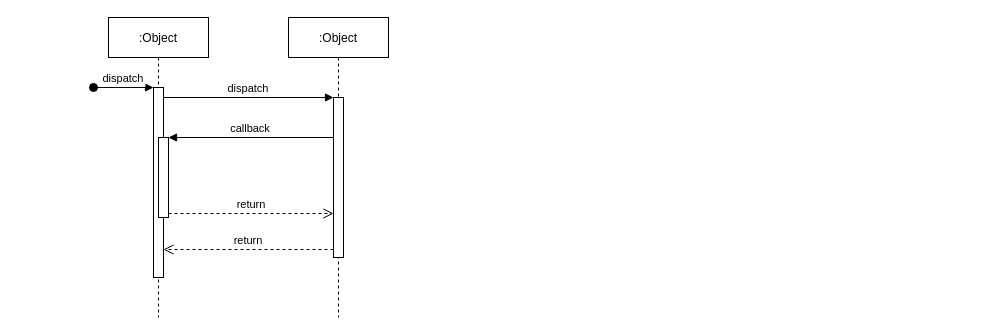
Above: Seq.drawio in Zxilly/static (draw.io), before the change. Source tidied: cells renumbered, new cells numbered last; positions are measured from the earlier drawing's top-left corner, leaving out a move shared by most shapes. Both pictures are drawn from the tidied source at 100%, with x=0, y=0 at pixel (93, 17).
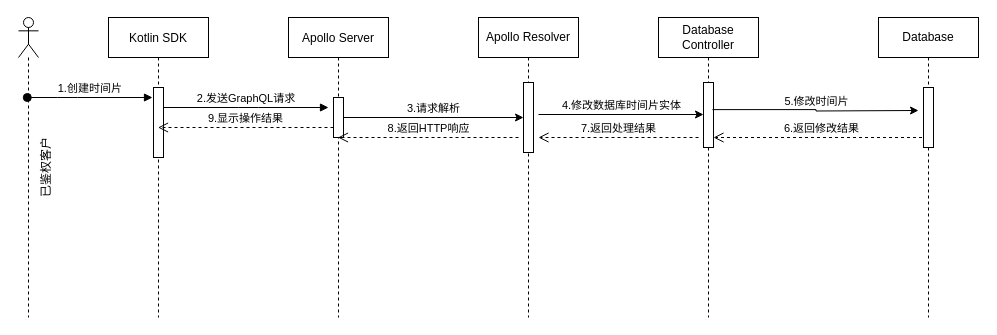
After the change.

What changed in the source:
```diff
@@
-    <mxCell id="2" value=":Object" style="shape=umlLifeline;perimeter=lifelinePerimeter;rounded=0;shadow=0;strokeWidth=1;" parent="1" vertex="1">
+    <mxCell id="2" value="Kotlin SDK" style="shape=umlLifeline;perimeter=lifelinePerimeter;rounded=0;shadow=0;strokeWidth=1;" parent="1" vertex="1">
       <mxGeometry x="15" width="100" height="300" as="geometry" />
     </mxCell>
     <mxCell id="3" style="points=[];perimeter=orthogonalPerimeter;rounded=0;shadow=0;strokeWidth=1;" parent="2" vertex="1">
-      <mxGeometry x="45" y="70" width="10" height="190" as="geometry" />
+      <mxGeometry x="45" y="70" width="10" height="70" as="geometry" />
     </mxCell>
-    <mxCell id="4" value="dispatch" style="verticalAlign=bottom;startArrow=oval;endArrow=block;startSize=8;shadow=0;strokeWidth=1;" parent="2" edge="1" target="3">
-      <mxGeometry relative="1" as="geometry">
-        <mxPoint x="-15" y="70" as="sourcePoint" />
-      </mxGeometry>
-    </mxCell>
-    <mxCell id="5" style="points=[];perimeter=orthogonalPerimeter;rounded=0;shadow=0;strokeWidth=1;" parent="2" vertex="1">
-      <mxGeometry x="50" y="120" width="10" height="80" as="geometry" />
-    </mxCell>
-    <mxCell id="6" value=":Object" style="shape=umlLifeline;perimeter=lifelinePerimeter;rounded=0;shadow=0;strokeWidth=1;" parent="1" vertex="1">
+    <mxCell id="6" value="Apollo Server" style="shape=umlLifeline;perimeter=lifelinePerimeter;rounded=0;shadow=0;strokeWidth=1;" parent="1" vertex="1">
       <mxGeometry x="195" width="100" height="300" as="geometry" />
     </mxCell>
     <mxCell id="7" style="points=[];perimeter=orthogonalPerimeter;rounded=0;shadow=0;strokeWidth=1;" parent="6" vertex="1">
-      <mxGeometry x="45" y="80" width="10" height="160" as="geometry" />
+      <mxGeometry x="45" y="80" width="10" height="40" as="geometry" />
     </mxCell>
-    <mxCell id="8" value="return" style="verticalAlign=bottom;endArrow=open;dashed=1;endSize=8;exitX=0;exitY=0.95;shadow=0;strokeWidth=1;" parent="1" edge="1" source="7" target="3">
-      <mxGeometry relative="1" as="geometry" />
-    </mxCell>
+    <mxCell id="12" value="9.显示操作结果" style="html=1;verticalAlign=bottom;endArrow=open;dashed=1;endSize=8;rounded=0;" parent="6" edge="1" target="2">
+      <mxGeometry relative="1" as="geometry">
+        <mxPoint x="45" y="110" as="sourcePoint" />
+      </mxGeometry>
+    </mxCell>
-    <mxCell id="9" value="dispatch" style="verticalAlign=bottom;endArrow=block;entryX=0;entryY=0;shadow=0;strokeWidth=1;" parent="1" edge="1" source="3" target="7">
-      <mxGeometry relative="1" as="geometry" />
+    <mxCell id="9" value="2.发送GraphQL请求" style="verticalAlign=bottom;endArrow=block;shadow=0;strokeWidth=1;" parent="1" edge="1" source="3">
+      <mxGeometry relative="1" as="geometry">
+        <mxPoint x="235" y="90" as="targetPoint" />
+        <Array as="points">
+          <mxPoint x="155" y="90" />
+          <mxPoint x="235" y="90" />
+        </Array>
+      </mxGeometry>
     </mxCell>
-    <mxCell id="10" value="callback" style="verticalAlign=bottom;endArrow=block;entryX=1;entryY=0;shadow=0;strokeWidth=1;" parent="1" edge="1" source="7" target="5">
-      <mxGeometry relative="1" as="geometry" />
-    </mxCell>
-    <mxCell id="11" value="return" style="verticalAlign=bottom;endArrow=open;dashed=1;endSize=8;exitX=1;exitY=0.95;shadow=0;strokeWidth=1;" parent="1" edge="1" source="5" target="7">
-      <mxGeometry relative="1" as="geometry" />
-    </mxCell>
+    <mxCell id="13" value="Apollo Resolver" style="shape=umlLifeline;perimeter=lifelinePerimeter;whiteSpace=wrap;html=1;" parent="1" vertex="1">
+      <mxGeometry x="385" width="100" height="300" as="geometry" />
+    </mxCell>
+    <mxCell id="14" style="html=1;points=[];perimeter=orthogonalPerimeter;" parent="13" vertex="1">
+      <mxGeometry x="45" y="65" width="10" height="70" as="geometry" />
+    </mxCell>
+    <mxCell id="15" value="已鉴权客户" style="shape=umlLifeline;participant=umlActor;perimeter=lifelinePerimeter;whiteSpace=wrap;html=1;verticalAlign=middle;spacingTop=36;horizontal=0;labelPosition=center;verticalLabelPosition=middle;align=center;" parent="1" vertex="1">
+      <mxGeometry x="-75" width="20" height="300" as="geometry" />
+    </mxCell>
+    <mxCell id="16" value="Database&lt;br&gt;Controller" style="shape=umlLifeline;perimeter=lifelinePerimeter;whiteSpace=wrap;html=1;" parent="1" vertex="1">
+      <mxGeometry x="565" width="100" height="300" as="geometry" />
+    </mxCell>
+    <mxCell id="17" style="html=1;points=[];perimeter=orthogonalPerimeter;" parent="16" vertex="1">
+      <mxGeometry x="45" y="65" width="10" height="65" as="geometry" />
+    </mxCell>
+    <mxCell id="18" value="6.返回修改结果" style="html=1;verticalAlign=bottom;endArrow=open;dashed=1;endSize=8;rounded=0;" parent="16" edge="1" source="21">
+      <mxGeometry relative="1" as="geometry">
+        <mxPoint x="55" y="120" as="targetPoint" />
+      </mxGeometry>
+    </mxCell>
+    <mxCell id="4" value="1.创建时间片" style="verticalAlign=bottom;startArrow=oval;endArrow=block;startSize=8;shadow=0;strokeWidth=1;" parent="1" edge="1">
+      <mxGeometry relative="1" as="geometry">
+        <mxPoint x="-66.2" y="80" as="sourcePoint" />
+        <mxPoint x="59" y="80" as="targetPoint" />
+        <Array as="points">
+          <mxPoint x="-26" y="80" />
+        </Array>
+      </mxGeometry>
+    </mxCell>
+    <mxCell id="19" value="3.请求解析" style="edgeStyle=orthogonalEdgeStyle;rounded=0;jettySize=auto;html=1;verticalAlign=bottom;" parent="1" edge="1" source="7" target="14">
+      <mxGeometry relative="1" as="geometry" />
+    </mxCell>
+    <mxCell id="20" value="4.修改数据库时间片实体" style="edgeStyle=orthogonalEdgeStyle;rounded=0;jettySize=auto;html=1;verticalAlign=bottom;" parent="1" edge="1" target="17">
+      <mxGeometry relative="1" as="geometry">
+        <mxPoint x="445" y="97" as="sourcePoint" />
+      </mxGeometry>
+    </mxCell>
+    <mxCell id="21" value="Database" style="shape=umlLifeline;perimeter=lifelinePerimeter;whiteSpace=wrap;html=1;outlineConnect=0;" parent="1" vertex="1">
+      <mxGeometry x="785" width="100" height="300" as="geometry" />
+    </mxCell>
+    <mxCell id="22" style="html=1;perimeter=orthogonalPerimeter;" parent="21" vertex="1">
+      <mxGeometry x="45" y="70" width="10" height="60" as="geometry" />
+    </mxCell>
+    <mxCell id="23" value="5.修改时间片" style="edgeStyle=orthogonalEdgeStyle;rounded=0;jettySize=auto;verticalAlign=bottom;exitX=0.896;exitY=0.417;exitDx=0;exitDy=0;exitPerimeter=0;html=1;" parent="1" edge="1" source="17">
+      <mxGeometry relative="1" as="geometry">
+        <mxPoint x="825" y="93" as="targetPoint" />
+      </mxGeometry>
+    </mxCell>
+    <mxCell id="24" value="7.返回处理结果" style="html=1;verticalAlign=bottom;endArrow=open;dashed=1;endSize=8;rounded=0;" parent="1" edge="1">
+      <mxGeometry relative="1" as="geometry">
+        <mxPoint x="605" y="120" as="sourcePoint" />
+        <mxPoint x="445" y="120" as="targetPoint" />
+      </mxGeometry>
+    </mxCell>
+    <mxCell id="25" value="8.返回HTTP响应" style="html=1;verticalAlign=bottom;endArrow=open;dashed=1;endSize=8;rounded=0;" parent="1" edge="1" target="6">
+      <mxGeometry relative="1" as="geometry">
+        <mxPoint x="425" y="120" as="sourcePoint" />
+      </mxGeometry>
+    </mxCell>
```
